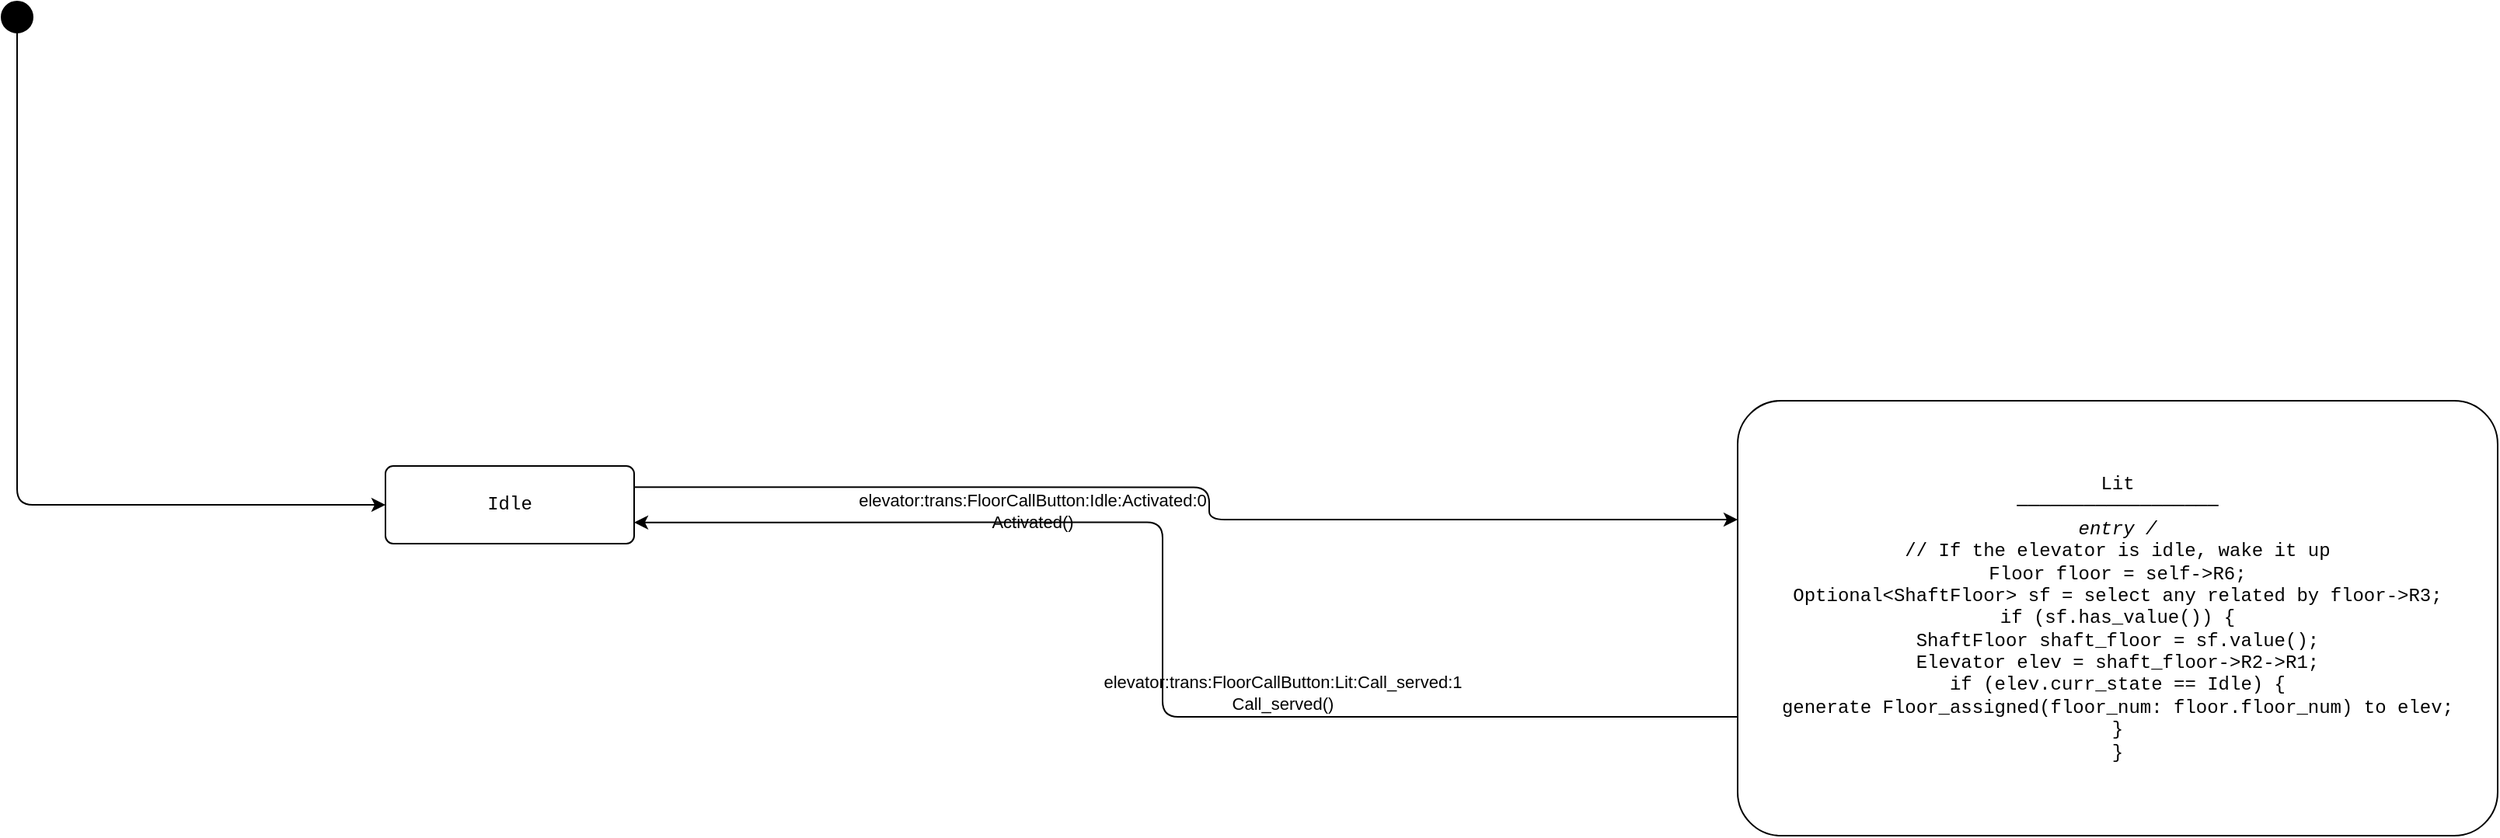
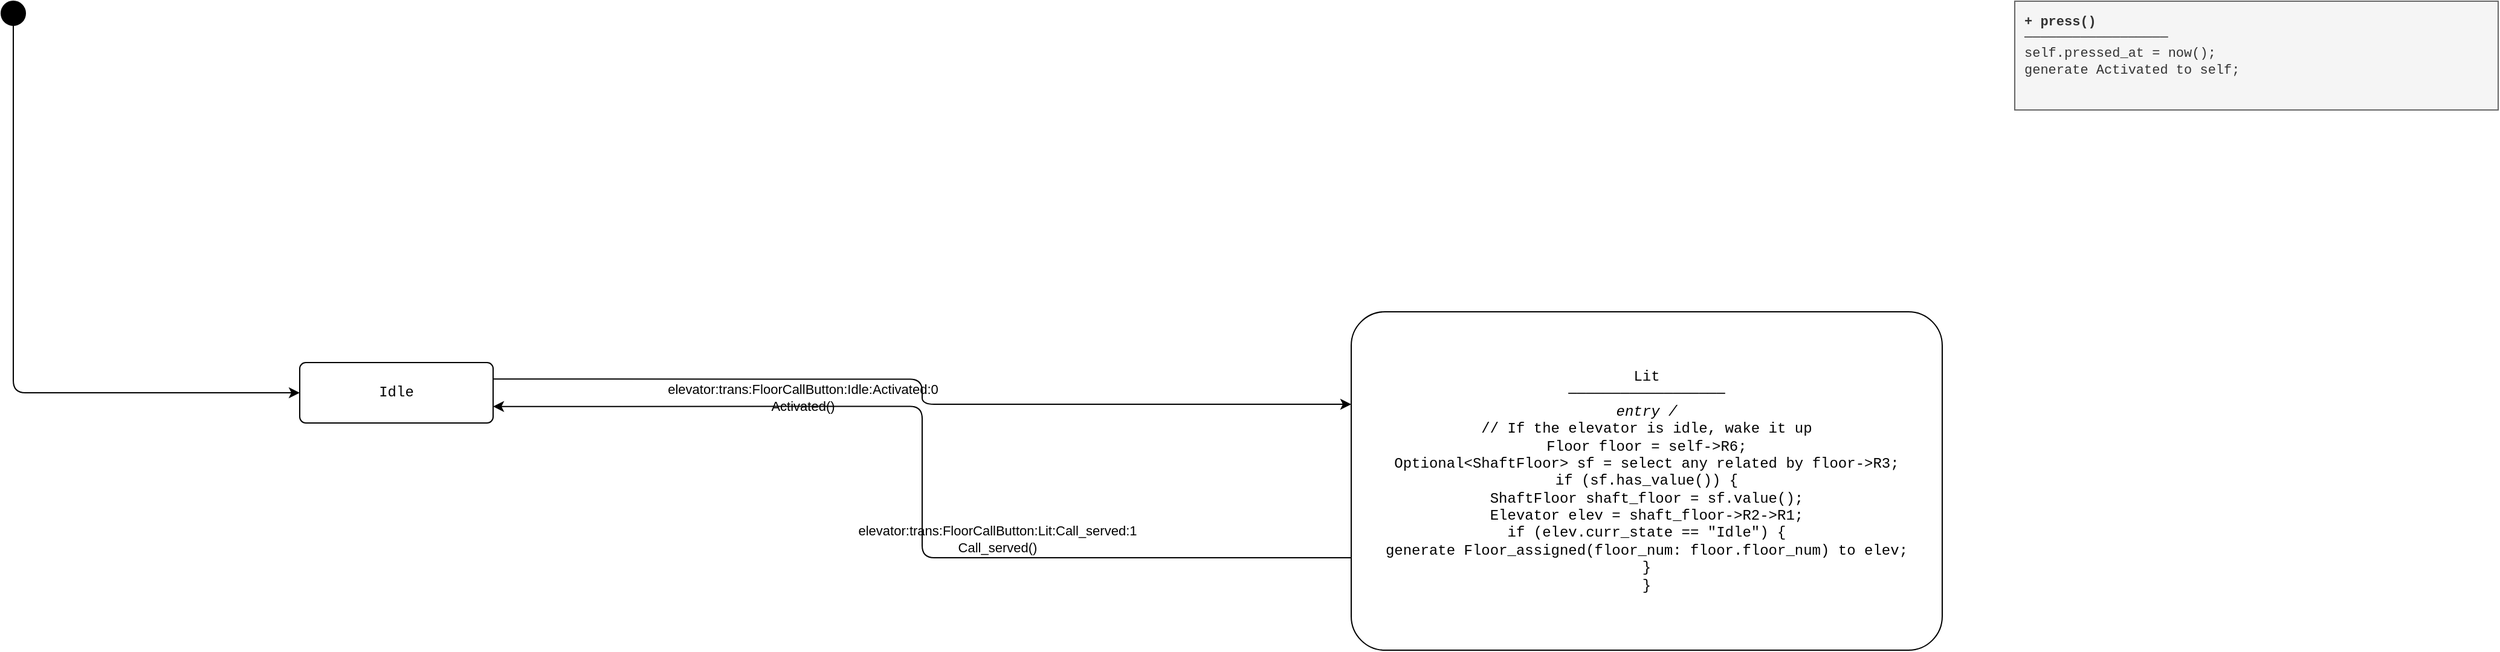
<mxfile compressed="false" version="24.0.0">
  <diagram name="Page-1" id="page1">
-     <mxGraphModel dx="1034" dy="546" grid="1" gridSize="10" guides="1" tooltips="1" connect="1" arrows="1" fold="1" page="1" pageScale="1" pageWidth="1846" pageHeight="777" math="0" shadow="0" background="#FFFFFF">
+     <mxGraphModel dx="1034" dy="546" grid="1" gridSize="10" guides="1" tooltips="1" connect="1" arrows="1" fold="1" page="1" pageScale="1" pageWidth="2306" pageHeight="777" math="0" shadow="0" background="#FFFFFF">
      <root>
        <mxCell id="0"/>
        <mxCell id="1" parent="0"/>
        <mxCell id="elevator:state:FloorCallButton:__initial__" value="" style="ellipse;whiteSpace=wrap;html=1;aspect=fixed;fillColor=#000000;strokeColor=#000000;" vertex="1" parent="1">
          <mxGeometry x="120" y="120" width="20" height="20" as="geometry"/>
        </mxCell>
        <mxCell id="elevator:state:FloorCallButton:Idle" value="Idle" style="rounded=1;whiteSpace=wrap;html=1;arcSize=10;fontFamily=Courier New;" vertex="1" parent="1">
          <mxGeometry x="367" y="419" width="160" height="50" as="geometry"/>
        </mxCell>
-         <mxCell id="elevator:state:FloorCallButton:Lit" value="Lit&lt;br&gt;──────────────────&lt;br&gt;&lt;i&gt;entry /&lt;/i&gt;&lt;br&gt;// If the elevator is idle, wake it up&lt;br&gt;Floor floor = self-&amp;gt;R6;&lt;br&gt;Optional&amp;lt;ShaftFloor&amp;gt; sf = select any related by floor-&amp;gt;R3;&lt;br&gt;if (sf.has_value()) {&lt;br&gt;    ShaftFloor shaft_floor = sf.value();&lt;br&gt;    Elevator elev = shaft_floor-&amp;gt;R2-&amp;gt;R1;&lt;br&gt;    if (elev.curr_state == Idle) {&lt;br&gt;        generate Floor_assigned(floor_num: floor.floor_num) to elev;&lt;br&gt;    }&lt;br&gt;}&lt;br&gt;" style="rounded=1;whiteSpace=wrap;html=1;arcSize=10;fontFamily=Courier New;" vertex="1" parent="1">
+         <mxCell id="elevator:state:FloorCallButton:Lit" value="Lit&lt;br&gt;──────────────────&lt;br&gt;&lt;i&gt;entry /&lt;/i&gt;&lt;br&gt;// If the elevator is idle, wake it up&lt;br&gt;Floor floor = self-&amp;gt;R6;&lt;br&gt;Optional&amp;lt;ShaftFloor&amp;gt; sf = select any related by floor-&amp;gt;R3;&lt;br&gt;if (sf.has_value()) {&lt;br&gt;    ShaftFloor shaft_floor = sf.value();&lt;br&gt;    Elevator elev = shaft_floor-&amp;gt;R2-&amp;gt;R1;&lt;br&gt;    if (elev.curr_state == &amp;quot;Idle&amp;quot;) {&lt;br&gt;        generate Floor_assigned(floor_num: floor.floor_num) to elev;&lt;br&gt;    }&lt;br&gt;}&lt;br&gt;" style="rounded=1;whiteSpace=wrap;html=1;arcSize=10;fontFamily=Courier New;" vertex="1" parent="1">
          <mxGeometry x="1237" y="377" width="489" height="280" as="geometry"/>
        </mxCell>
        <mxCell id="elevator:trans:FloorCallButton:__initial__:__init__:0" value="" style="edgeStyle=orthogonalEdgeStyle;html=1;labelBackgroundColor=none;exitX=0.5;exitY=1.0;exitDx=0;exitDy=0;entryX=0.0;entryY=0.5;entryDx=0;entryDy=0;" edge="1" source="elevator:state:FloorCallButton:__initial__" target="elevator:state:FloorCallButton:Idle" parent="1">
          <mxGeometry relative="1" as="geometry"/>
        </mxCell>
        <mxCell id="elevator:trans:FloorCallButton:Idle:Activated:0" value="elevator:trans:FloorCallButton:Idle:Activated:0&lt;br&gt;Activated()" style="edgeStyle=orthogonalEdgeStyle;html=1;labelBackgroundColor=none;exitX=1.0;exitY=0.2733;exitDx=0;exitDy=0;entryX=0.0;entryY=0.2733;entryDx=0;entryDy=0;" edge="1" source="elevator:state:FloorCallButton:Idle" target="elevator:state:FloorCallButton:Lit" parent="1">
-           <mxGeometry x="-0.3" y="-15" relative="1" as="geometry">
-             <Array as="points">
-               <mxPoint x="897" y="433"/>
-               <mxPoint x="897" y="453"/>
-             </Array>
-           </mxGeometry>
+           <mxGeometry x="-0.3" y="-15" relative="1" as="geometry"/>
        </mxCell>
        <mxCell id="elevator:trans:FloorCallButton:Lit:Call_served:1" value="elevator:trans:FloorCallButton:Lit:Call_served:1&lt;br&gt;Call_served()" style="edgeStyle=orthogonalEdgeStyle;html=1;labelBackgroundColor=none;exitX=0.0;exitY=0.7267;exitDx=0;exitDy=0;entryX=1.0;entryY=0.7267;entryDx=0;entryDy=0;" edge="1" source="elevator:state:FloorCallButton:Lit" target="elevator:state:FloorCallButton:Idle" parent="1">
-           <mxGeometry x="-0.3" y="-15" relative="1" as="geometry">
-             <Array as="points">
-               <mxPoint x="867" y="580"/>
-               <mxPoint x="867" y="456"/>
-             </Array>
-           </mxGeometry>
+           <mxGeometry x="-0.3" y="-15" relative="1" as="geometry"/>
+         </mxCell>
+         <mxCell id="elevator:method:FloorCallButton:press" value="&lt;b&gt;+ press()&lt;/b&gt;&lt;br&gt;──────────────────&lt;br&gt;self.pressed_at = now();&lt;br&gt;generate Activated to self;&lt;br&gt;" style="rounded=0;whiteSpace=wrap;html=1;align=left;verticalAlign=top;fontFamily=Courier New;fontSize=11;fillColor=#f5f5f5;strokeColor=#666666;fontColor=#333333;spacingLeft=6;spacingRight=6;spacingTop=4;spacingBottom=4;" vertex="1" parent="1">
+           <mxGeometry x="1786" y="120" width="400" height="90" as="geometry"/>
        </mxCell>
      </root>
    </mxGraphModel>
  </diagram>
</mxfile>